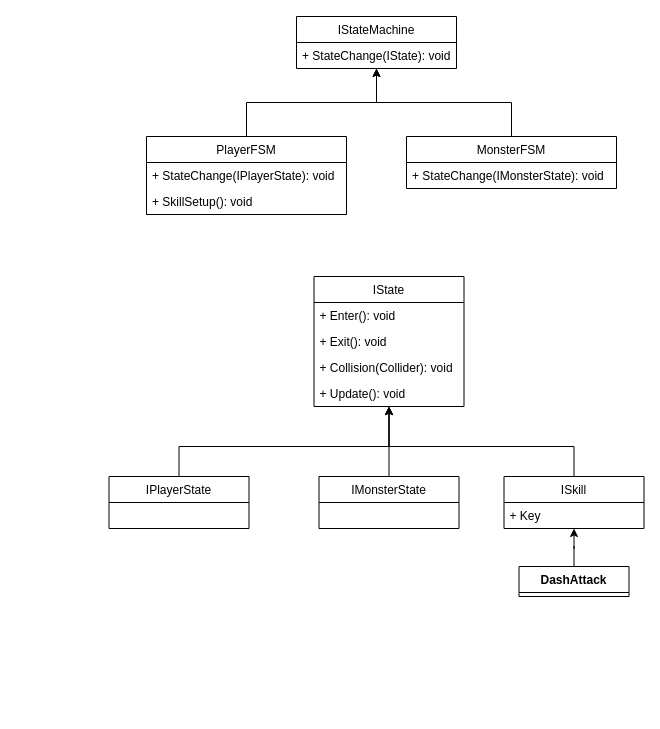
Above: page "FSM" (2 of 2) of XR-UML.drawio in yongwoo117/XR-Project (draw.io), before the change. Source tidied: cells renumbered, new cells numbered last; positions are measured from the earlier drawing's top-left corner, leaving out a move shared by most shapes. Both pictures are drawn from the tidied source at 100%, with x=0, y=0 at pixel (108, 16).
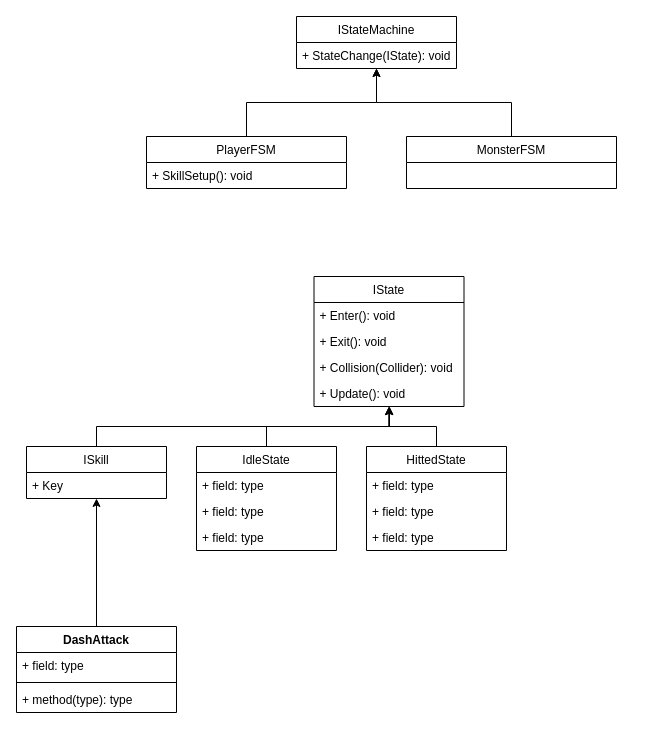
Above is the later version.

Unchanged cells that the change refers to:
```xml
<mxCell id="4" value="IState" style="swimlane;fontStyle=0;horizontal=1;startSize=26;fillColor=none;" parent="1" vertex="1">
  <mxGeometry x="205.5" y="260" width="150" height="130" as="geometry" />
</mxCell>
<mxCell id="14" value="MonsterFSM" style="swimlane;fontStyle=0;horizontal=1;startSize=26;fillColor=none;" parent="1" vertex="1">
  <mxGeometry x="298" y="120" width="210" height="52" as="geometry" />
</mxCell>
```

Change to the diagram source:
```diff
@@
-    <mxCell id="9" style="edgeStyle=orthogonalEdgeStyle;rounded=0;jettySize=auto;html=1;" parent="1" edge="1" source="10" target="4">
-      <mxGeometry relative="1" as="geometry">
-        <Array as="points">
-          <mxPoint x="70.5" y="430" />
-          <mxPoint x="280.5" y="430" />
-        </Array>
-      </mxGeometry>
-    </mxCell>
-    <mxCell id="10" value="IPlayerState" style="swimlane;fontStyle=0;horizontal=1;startSize=26;fillColor=none;" parent="1" vertex="1">
-      <mxGeometry x="0.5" y="460" width="140" height="52" as="geometry" />
-    </mxCell>
-    <mxCell id="11" style="edgeStyle=orthogonalEdgeStyle;rounded=0;jettySize=auto;html=1;" parent="1" edge="1" source="12" target="4">
-      <mxGeometry relative="1" as="geometry" />
-    </mxCell>
-    <mxCell id="12" value="IMonsterState" style="swimlane;fontStyle=0;horizontal=1;startSize=26;fillColor=none;" parent="1" vertex="1">
-      <mxGeometry x="210.5" y="460" width="140" height="52" as="geometry" />
-    </mxCell>
@@
-    <mxCell id="15" value="+ StateChange(IMonsterState): void" style="text;strokeColor=none;fillColor=none;align=left;verticalAlign=top;spacingLeft=4;spacingRight=4;overflow=hidden;" parent="14" vertex="1">
-      <mxGeometry y="26" width="210" height="26" as="geometry" />
-    </mxCell>
@@
     <mxCell id="17" value="PlayerFSM" style="swimlane;fontStyle=0;horizontal=1;startSize=26;fillColor=none;" parent="1" vertex="1">
-      <mxGeometry x="38" y="120" width="200" height="78" as="geometry" />
+      <mxGeometry x="38" y="120" width="200" height="52" as="geometry" />
     </mxCell>
-    <mxCell id="18" value="+ StateChange(IPlayerState): void" style="text;strokeColor=none;fillColor=none;align=left;verticalAlign=top;spacingLeft=4;spacingRight=4;overflow=hidden;" parent="17" vertex="1">
-      <mxGeometry y="26" width="200" height="26" as="geometry" />
-    </mxCell>
     <mxCell id="19" value="+ SkillSetup(): void" style="text;strokeColor=none;fillColor=none;align=left;verticalAlign=top;spacingLeft=4;spacingRight=4;overflow=hidden;" parent="17" vertex="1">
-      <mxGeometry y="52" width="200" height="26" as="geometry" />
+      <mxGeometry y="26" width="200" height="26" as="geometry" />
     </mxCell>
     <mxCell id="20" style="edgeStyle=orthogonalEdgeStyle;rounded=0;jettySize=auto;html=1;" parent="1" edge="1" source="21" target="4">
       <mxGeometry relative="1" as="geometry">
         <Array as="points">
-          <mxPoint x="465.5" y="430" />
-          <mxPoint x="280.5" y="430" />
+          <mxPoint x="-12" y="410" />
+          <mxPoint x="281" y="410" />
         </Array>
       </mxGeometry>
     </mxCell>
     <mxCell id="21" value="ISkill" style="swimlane;fontStyle=0;horizontal=1;startSize=26;fillColor=none;" parent="1" vertex="1">
-      <mxGeometry x="395.5" y="460" width="140" height="52" as="geometry" />
+      <mxGeometry x="-82" y="430" width="140" height="52" as="geometry" />
     </mxCell>
@@
-    <mxCell id="24" value="DashAttack" style="swimlane;fontStyle=1;align=center;verticalAlign=top;horizontal=1;startSize=26;" parent="1" vertex="1" collapsed="1">
-      <mxGeometry x="410.5" y="550" width="110" height="30" as="geometry" />
+    <mxCell id="24" value="DashAttack" style="swimlane;fontStyle=1;align=center;verticalAlign=top;horizontal=1;startSize=26;" parent="1" vertex="1">
+      <mxGeometry x="-92" y="610" width="160" height="86" as="geometry" />
     </mxCell>
+    <mxCell id="25" value="+ field: type" style="text;strokeColor=none;fillColor=none;align=left;verticalAlign=top;spacingLeft=4;spacingRight=4;overflow=hidden;" parent="24" vertex="1">
+      <mxGeometry y="26" width="160" height="26" as="geometry" />
+    </mxCell>
+    <mxCell id="26" style="line;strokeWidth=1;fillColor=none;align=left;verticalAlign=middle;spacingTop=-1;spacingLeft=3;spacingRight=3;labelPosition=right;strokeColor=inherit;" parent="24" vertex="1">
+      <mxGeometry y="52" width="160" height="8" as="geometry" />
+    </mxCell>
+    <mxCell id="27" value="+ method(type): type" style="text;strokeColor=none;fillColor=none;align=left;verticalAlign=top;spacingLeft=4;spacingRight=4;overflow=hidden;" parent="24" vertex="1">
+      <mxGeometry y="60" width="160" height="26" as="geometry" />
+    </mxCell>
+    <mxCell id="28" style="edgeStyle=orthogonalEdgeStyle;rounded=0;jettySize=auto;html=1;" parent="1" edge="1" source="29" target="4">
+      <mxGeometry relative="1" as="geometry" />
+    </mxCell>
+    <mxCell id="29" value="HittedState" style="swimlane;fontStyle=0;horizontal=1;startSize=26;fillColor=none;" parent="1" vertex="1">
+      <mxGeometry x="258" y="430" width="140" height="104" as="geometry" />
+    </mxCell>
+    <mxCell id="30" value="+ field: type" style="text;strokeColor=none;fillColor=none;align=left;verticalAlign=top;spacingLeft=4;spacingRight=4;overflow=hidden;" parent="29" vertex="1">
+      <mxGeometry y="26" width="140" height="26" as="geometry" />
+    </mxCell>
+    <mxCell id="31" value="+ field: type" style="text;strokeColor=none;fillColor=none;align=left;verticalAlign=top;spacingLeft=4;spacingRight=4;overflow=hidden;" parent="29" vertex="1">
+      <mxGeometry y="52" width="140" height="26" as="geometry" />
+    </mxCell>
+    <mxCell id="32" value="+ field: type" style="text;strokeColor=none;fillColor=none;align=left;verticalAlign=top;spacingLeft=4;spacingRight=4;overflow=hidden;" parent="29" vertex="1">
+      <mxGeometry y="78" width="140" height="26" as="geometry" />
+    </mxCell>
+    <mxCell id="33" style="edgeStyle=orthogonalEdgeStyle;rounded=0;jettySize=auto;html=1;" parent="1" edge="1" source="34" target="4">
+      <mxGeometry relative="1" as="geometry" />
+    </mxCell>
+    <mxCell id="34" value="IdleState" style="swimlane;fontStyle=0;horizontal=1;startSize=26;fillColor=none;" parent="1" vertex="1">
+      <mxGeometry x="88" y="430" width="140" height="104" as="geometry" />
+    </mxCell>
+    <mxCell id="35" value="+ field: type" style="text;strokeColor=none;fillColor=none;align=left;verticalAlign=top;spacingLeft=4;spacingRight=4;overflow=hidden;" parent="34" vertex="1">
+      <mxGeometry y="26" width="140" height="26" as="geometry" />
+    </mxCell>
+    <mxCell id="36" value="+ field: type" style="text;strokeColor=none;fillColor=none;align=left;verticalAlign=top;spacingLeft=4;spacingRight=4;overflow=hidden;" parent="34" vertex="1">
+      <mxGeometry y="52" width="140" height="26" as="geometry" />
+    </mxCell>
+    <mxCell id="37" value="+ field: type" style="text;strokeColor=none;fillColor=none;align=left;verticalAlign=top;spacingLeft=4;spacingRight=4;overflow=hidden;" parent="34" vertex="1">
+      <mxGeometry y="78" width="140" height="26" as="geometry" />
+    </mxCell>
```
